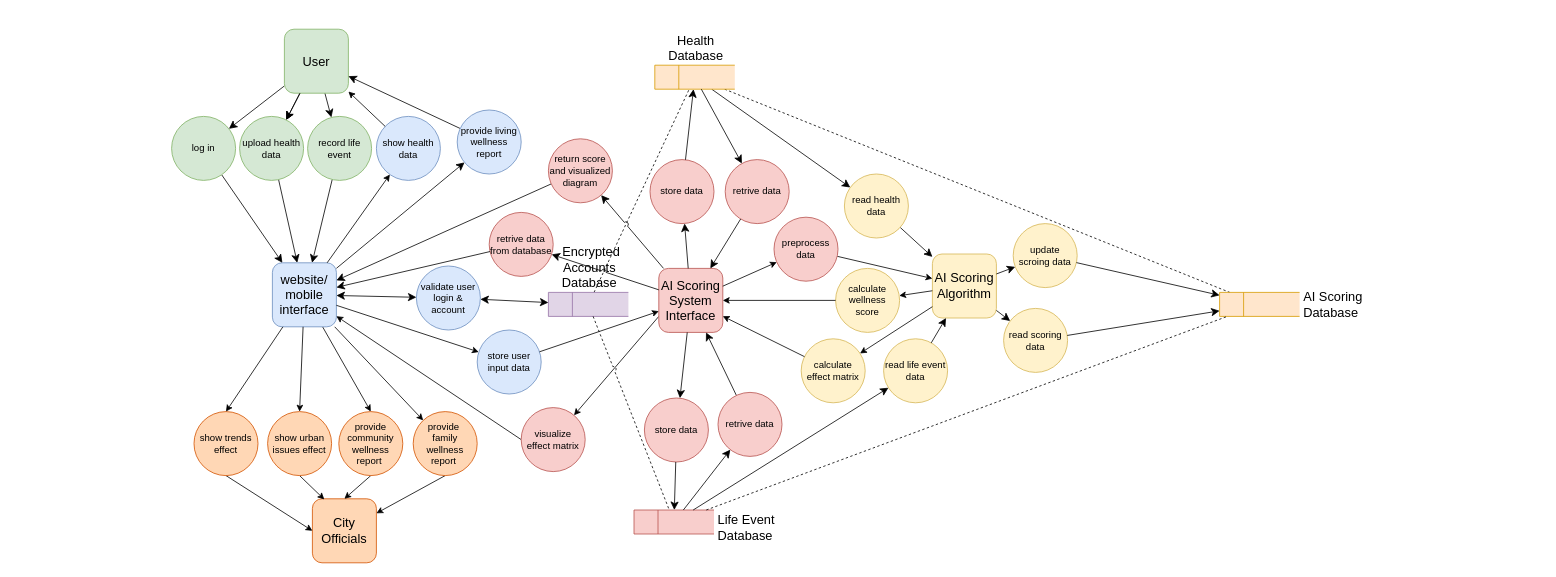
Earlier version of the draw.io diagram page "detailed DFD" (1 of 2) of 1/INFO 5100/Asmts/Group Assignment 1/Deliverables/Data Flow Diagram.drawio (yfeng445/NEU). Source tidied: cells renumbered, new cells numbered last; positions are measured from the earlier drawing's top-left corner, leaving out a move shared by most shapes. Both pictures are drawn from the tidied source at 80%, with x=0, y=0 at pixel (171, 29).
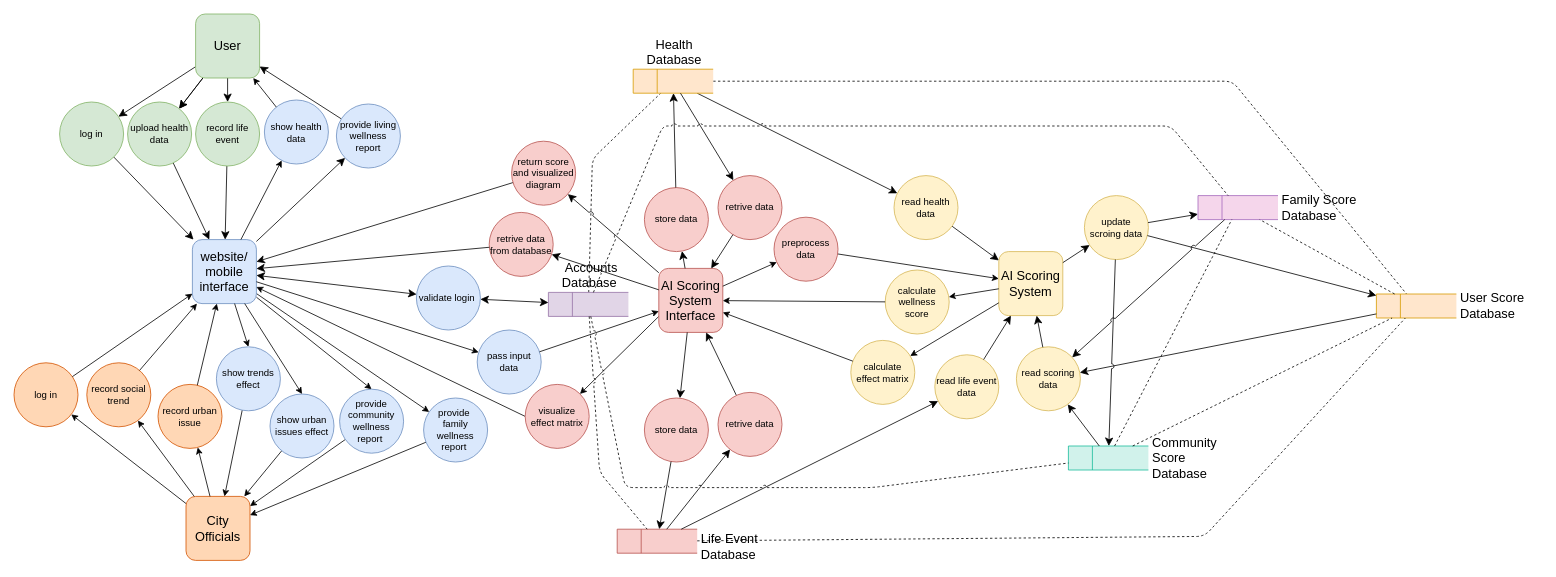
The same page after the edit.

The edit, as a diff of the source:
```diff
@@
     <mxCell id="2" style="edgeStyle=none;rounded=1;jettySize=auto;html=1;fontSize=12;startSize=8;endSize=8;endArrow=none;endFill=0;dashed=1;jumpStyle=arc;" parent="1" edge="1" source="29" target="25">
-      <mxGeometry relative="1" as="geometry" />
+      <mxGeometry relative="1" as="geometry">
+        <Array as="points">
+          <mxPoint x="526" y="162" />
+        </Array>
+      </mxGeometry>
     </mxCell>
     <mxCell id="3" style="rounded=1;jettySize=auto;html=1;fontSize=12;startSize=8;endSize=8;endArrow=none;endFill=0;dashed=1;jumpStyle=arc;" parent="1" edge="1" source="25" target="28">
-      <mxGeometry relative="1" as="geometry" />
+      <mxGeometry relative="1" as="geometry">
+        <Array as="points">
+          <mxPoint x="1326" y="65" />
+        </Array>
+      </mxGeometry>
     </mxCell>
@@
     <mxCell id="7" value="User" style="whiteSpace=wrap;html=1;fontSize=16;rounded=1;fillColor=#d5e8d4;strokeColor=#82b366;" parent="1" vertex="1">
-      <mxGeometry x="141" width="80" height="80" as="geometry" />
+      <mxGeometry x="30" y="-19" width="80" height="80" as="geometry" />
     </mxCell>
@@
     <mxCell id="13" value="return score and visualized diagram" style="ellipse;whiteSpace=wrap;html=1;fontSize=12;fillColor=#f8cecc;strokeColor=#b85450;" parent="1" vertex="1">
-      <mxGeometry x="471" y="137" width="80" height="80" as="geometry" />
+      <mxGeometry x="425" y="140" width="80" height="80" as="geometry" />
     </mxCell>
@@
     <mxCell id="15" value="provide living wellness report" style="ellipse;whiteSpace=wrap;html=1;fontSize=12;fillColor=#dae8fc;strokeColor=#6c8ebf;" parent="1" vertex="1">
-      <mxGeometry x="357" y="101" width="80" height="80" as="geometry" />
+      <mxGeometry x="206" y="93.5" width="80" height="80" as="geometry" />
     </mxCell>
@@
     <mxCell id="17" value="record life event" style="ellipse;whiteSpace=wrap;html=1;fontSize=12;fillColor=#d5e8d4;strokeColor=#82b366;" parent="1" vertex="1">
-      <mxGeometry x="170" y="109" width="80" height="80" as="geometry" />
+      <mxGeometry x="30" y="91" width="80" height="80" as="geometry" />
     </mxCell>
@@
     <mxCell id="22" value="website/&lt;div&gt;mobile interface&lt;/div&gt;" style="whiteSpace=wrap;html=1;fontSize=16;rounded=1;fillColor=#dae8fc;strokeColor=#6c8ebf;" parent="1" vertex="1">
-      <mxGeometry x="126" y="292" width="80" height="80" as="geometry" />
+      <mxGeometry x="26" y="263" width="80" height="80" as="geometry" />
     </mxCell>
-    <mxCell id="23" value="AI Scoring Algorithm" style="whiteSpace=wrap;html=1;fontSize=16;rounded=1;fillColor=#fff2cc;strokeColor=#d6b656;" parent="1" vertex="1">
-      <mxGeometry x="951" y="281" width="80" height="80" as="geometry" />
+    <mxCell id="23" value="AI Scoring System" style="whiteSpace=wrap;html=1;fontSize=16;rounded=1;fillColor=#fff2cc;strokeColor=#d6b656;" parent="1" vertex="1">
+      <mxGeometry x="1034" y="278" width="80" height="80" as="geometry" />
     </mxCell>
@@
     <mxCell id="25" value="Health Database" style="html=1;dashed=0;whiteSpace=wrap;shape=mxgraph.dfd.dataStoreID;align=center;spacingLeft=3;points=[[0,0],[0.5,0],[1,0],[0,0.5],[1,0.5],[0,1],[0.5,1],[1,1]];fontSize=16;labelPosition=center;verticalLabelPosition=top;verticalAlign=bottom;fillColor=#ffe6cc;strokeColor=#d79b00;" parent="1" vertex="1">
-      <mxGeometry x="604" y="45" width="100" height="30" as="geometry" />
+      <mxGeometry x="577" y="50" width="100" height="30" as="geometry" />
     </mxCell>
@@
     <mxCell id="27" value="log in" style="ellipse;whiteSpace=wrap;html=1;fontSize=12;fillColor=#d5e8d4;strokeColor=#82b366;" parent="1" vertex="1">
-      <mxGeometry y="109" width="80" height="80" as="geometry" />
+      <mxGeometry x="-140" y="91" width="80" height="80" as="geometry" />
     </mxCell>
-    <mxCell id="28" value="AI Scoring&lt;div&gt;Database&lt;/div&gt;" style="html=1;dashed=0;whiteSpace=wrap;shape=mxgraph.dfd.dataStoreID;align=left;spacingLeft=3;points=[[0,0],[0.5,0],[1,0],[0,0.5],[1,0.5],[0,1],[0.5,1],[1,1]];fontSize=16;labelPosition=right;verticalLabelPosition=middle;verticalAlign=middle;fillColor=#ffe6cc;strokeColor=#d79b00;" parent="1" vertex="1">
-      <mxGeometry x="1310" y="329" width="100" height="30" as="geometry" />
+    <mxCell id="28" value="User Score Database" style="html=1;dashed=0;whiteSpace=wrap;shape=mxgraph.dfd.dataStoreID;align=left;spacingLeft=3;points=[[0,0],[0.5,0],[1,0],[0,0.5],[1,0.5],[0,1],[0.5,1],[1,1]];fontSize=16;labelPosition=right;verticalLabelPosition=middle;verticalAlign=middle;fillColor=#ffe6cc;strokeColor=#d79b00;" parent="1" vertex="1">
+      <mxGeometry x="1506" y="331" width="100" height="30" as="geometry" />
     </mxCell>
-    <mxCell id="29" value="&amp;nbsp;Encrypted&lt;div&gt;Accounts Database&lt;/div&gt;" style="html=1;dashed=0;whiteSpace=wrap;shape=mxgraph.dfd.dataStoreID;align=center;spacingLeft=3;points=[[0,0],[0.5,0],[1,0],[0,0.5],[1,0.5],[0,1],[0.5,1],[1,1]];fontSize=16;labelPosition=center;verticalLabelPosition=top;verticalAlign=bottom;fillColor=#e1d5e7;strokeColor=#9673a6;" parent="1" vertex="1">
+    <mxCell id="29" value="&amp;nbsp;&lt;span style=&quot;background-color: initial;&quot;&gt;Accounts Database&lt;/span&gt;" style="html=1;dashed=0;whiteSpace=wrap;shape=mxgraph.dfd.dataStoreID;align=center;spacingLeft=3;points=[[0,0],[0.5,0],[1,0],[0,0.5],[1,0.5],[0,1],[0.5,1],[1,1]];fontSize=16;labelPosition=center;verticalLabelPosition=top;verticalAlign=bottom;fillColor=#e1d5e7;strokeColor=#9673a6;" parent="1" vertex="1">
       <mxGeometry x="471" y="329" width="100" height="30" as="geometry" />
     </mxCell>
@@
-    <mxCell id="31" value="validate user login &amp;amp; account" style="ellipse;whiteSpace=wrap;html=1;fontSize=12;fillColor=#dae8fc;strokeColor=#6c8ebf;" parent="1" vertex="1">
+    <mxCell id="31" value="validate login&amp;nbsp;" style="ellipse;whiteSpace=wrap;html=1;fontSize=12;fillColor=#dae8fc;strokeColor=#6c8ebf;" parent="1" vertex="1">
       <mxGeometry x="306" y="296" width="80" height="80" as="geometry" />
     </mxCell>
@@
     <mxCell id="33" value="read health data" style="ellipse;whiteSpace=wrap;html=1;fontSize=12;fillColor=#fff2cc;strokeColor=#d6b656;" parent="1" vertex="1">
-      <mxGeometry x="841" y="181" width="80" height="80" as="geometry" />
+      <mxGeometry x="903" y="183" width="80" height="80" as="geometry" />
     </mxCell>
     <mxCell id="34" value="City Officials" style="whiteSpace=wrap;html=1;fontSize=16;rounded=1;fillColor=#ffd7b5;strokeColor=#d35400;" parent="1" vertex="1">
-      <mxGeometry x="176" y="587" width="80" height="80" as="geometry" />
+      <mxGeometry x="18" y="584" width="80" height="80" as="geometry" />
     </mxCell>
-    <mxCell id="35" style="rounded=0;jettySize=auto;html=1;exitX=0.5;exitY=1;exitDx=0;exitDy=0;entryX=0.5;entryY=0;entryDx=0;entryDy=0;" parent="1" edge="1" source="36" target="34">
+    <mxCell id="35" style="rounded=0;jettySize=auto;html=1;" parent="1" edge="1" source="36" target="34">
       <mxGeometry relative="1" as="geometry" />
     </mxCell>
-    <mxCell id="36" value="provide community wellness report&amp;nbsp;" style="ellipse;whiteSpace=wrap;html=1;fontSize=12;fillColor=#ffd7b5;strokeColor=#d35400;" parent="1" vertex="1">
-      <mxGeometry x="209" y="478" width="80" height="80" as="geometry" />
+    <mxCell id="36" value="provide community wellness report&amp;nbsp;" style="ellipse;whiteSpace=wrap;html=1;fontSize=12;fillColor=#dae8fc;strokeColor=#6c8ebf;" parent="1" vertex="1">
+      <mxGeometry x="210" y="450" width="80" height="80" as="geometry" />
     </mxCell>
-    <mxCell id="37" style="rounded=0;jettySize=auto;html=1;exitX=0.5;exitY=1;exitDx=0;exitDy=0;entryX=0.186;entryY=0.01;entryDx=0;entryDy=0;entryPerimeter=0;" parent="1" edge="1" source="38" target="34">
+    <mxCell id="37" style="rounded=0;jettySize=auto;html=1;" parent="1" edge="1" source="38" target="34">
       <mxGeometry relative="1" as="geometry" />
     </mxCell>
-    <mxCell id="38" value="show urban issues effect" style="ellipse;whiteSpace=wrap;html=1;fontSize=12;fillColor=#ffd7b5;strokeColor=#d35400;" parent="1" vertex="1">
-      <mxGeometry x="120" y="478" width="80" height="80" as="geometry" />
+    <mxCell id="38" value="show urban issues effect" style="ellipse;whiteSpace=wrap;html=1;fontSize=12;fillColor=#dae8fc;strokeColor=#6c8ebf;" parent="1" vertex="1">
+      <mxGeometry x="123" y="456" width="80" height="80" as="geometry" />
     </mxCell>
-    <mxCell id="39" style="rounded=0;jettySize=auto;html=1;exitX=0.5;exitY=1;exitDx=0;exitDy=0;entryX=0;entryY=0.5;entryDx=0;entryDy=0;" parent="1" edge="1" source="40" target="34">
+    <mxCell id="39" style="rounded=0;jettySize=auto;html=1;" parent="1" edge="1" source="40" target="34">
       <mxGeometry relative="1" as="geometry" />
     </mxCell>
-    <mxCell id="40" value="show trends effect" style="ellipse;whiteSpace=wrap;html=1;fontSize=12;fillColor=#ffd7b5;strokeColor=#d35400;" parent="1" vertex="1">
-      <mxGeometry x="28" y="478" width="80" height="80" as="geometry" />
+    <mxCell id="40" value="show trends effect" style="ellipse;whiteSpace=wrap;html=1;fontSize=12;fillColor=#dae8fc;strokeColor=#6c8ebf;" parent="1" vertex="1">
+      <mxGeometry x="56" y="397" width="80" height="80" as="geometry" />
     </mxCell>
@@
     <mxCell id="43" value="show health data" style="ellipse;whiteSpace=wrap;html=1;fontSize=12;fillColor=#dae8fc;strokeColor=#6c8ebf;" parent="1" vertex="1">
-      <mxGeometry x="256" y="109" width="80" height="80" as="geometry" />
+      <mxGeometry x="116" y="88.5" width="80" height="80" as="geometry" />
     </mxCell>
@@
-    <mxCell id="46" style="rounded=0;jettySize=auto;html=1;exitX=0.5;exitY=1;exitDx=0;exitDy=0;" parent="1" edge="1" source="47" target="34">
+    <mxCell id="46" style="rounded=0;jettySize=auto;html=1;" parent="1" edge="1" source="47" target="34">
       <mxGeometry relative="1" as="geometry" />
     </mxCell>
-    <mxCell id="47" value="provide&amp;nbsp;&lt;div&gt;family wellness report&amp;nbsp;&lt;/div&gt;" style="ellipse;whiteSpace=wrap;html=1;fontSize=12;fillColor=#ffd7b5;strokeColor=#d35400;" parent="1" vertex="1">
-      <mxGeometry x="302" y="478" width="80" height="80" as="geometry" />
+    <mxCell id="47" value="provide&amp;nbsp;&lt;div&gt;family wellness report&amp;nbsp;&lt;/div&gt;" style="ellipse;whiteSpace=wrap;html=1;fontSize=12;fillColor=#dae8fc;strokeColor=#6c8ebf;" parent="1" vertex="1">
+      <mxGeometry x="315" y="461" width="80" height="80" as="geometry" />
     </mxCell>
@@
     <mxCell id="49" value="visualize effect matrix" style="ellipse;whiteSpace=wrap;html=1;fontSize=12;fillColor=#f8cecc;strokeColor=#b85450;" parent="1" vertex="1">
-      <mxGeometry x="437" y="473" width="80" height="80" as="geometry" />
+      <mxGeometry x="442" y="444" width="80" height="80" as="geometry" />
     </mxCell>
     <mxCell id="50" value="Life Event Database" style="html=1;dashed=0;whiteSpace=wrap;shape=mxgraph.dfd.dataStoreID;align=left;spacingLeft=3;points=[[0,0],[0.5,0],[1,0],[0,0.5],[1,0.5],[0,1],[0.5,1],[1,1]];fontSize=16;labelPosition=right;verticalLabelPosition=middle;verticalAlign=middlefillColor=#f8cecc;fillColor=#f8cecc;strokeColor=#b85450;" parent="1" vertex="1">
-      <mxGeometry x="578" y="601" width="100" height="30" as="geometry" />
+      <mxGeometry x="557" y="625" width="100" height="30" as="geometry" />
     </mxCell>
     <mxCell id="51" value="read life event data" style="ellipse;whiteSpace=wrap;html=1;fontSize=12;fillColor=#fff2cc;strokeColor=#d6b656;" parent="1" vertex="1">
-      <mxGeometry x="890" y="387" width="80" height="80" as="geometry" />
+      <mxGeometry x="954" y="407" width="80" height="80" as="geometry" />
     </mxCell>
     <mxCell id="52" style="rounded=1;jettySize=auto;html=1;fontSize=12;startSize=8;endSize=8;endArrow=none;endFill=0;dashed=1;jumpStyle=arc;" parent="1" edge="1" source="50" target="28">
-      <mxGeometry relative="1" as="geometry" />
+      <mxGeometry relative="1" as="geometry">
+        <Array as="points">
+          <mxPoint x="1291" y="634" />
+        </Array>
+      </mxGeometry>
     </mxCell>
     <mxCell id="53" style="edgeStyle=none;rounded=1;jettySize=auto;html=1;fontSize=12;startSize=8;endSize=8;endArrow=none;endFill=0;dashed=1;jumpStyle=arc;" parent="1" edge="1" source="29" target="50">
-      <mxGeometry relative="1" as="geometry" />
+      <mxGeometry relative="1" as="geometry">
+        <Array as="points">
+          <mxPoint x="535" y="554" />
+        </Array>
+      </mxGeometry>
     </mxCell>
@@
     <mxCell id="59" value="calculate&lt;div&gt;wellness score&lt;/div&gt;" style="ellipse;whiteSpace=wrap;html=1;fontSize=12;fillColor=#fff2cc;strokeColor=#d6b656;" parent="1" vertex="1">
-      <mxGeometry x="830" y="299" width="80" height="80" as="geometry" />
+      <mxGeometry x="892" y="301" width="80" height="80" as="geometry" />
     </mxCell>
     <mxCell id="60" value="calculate effect matrix" style="ellipse;whiteSpace=wrap;html=1;fontSize=12;fillColor=#fff2cc;strokeColor=#d6b656;" parent="1" vertex="1">
-      <mxGeometry x="787" y="387" width="80" height="80" as="geometry" />
+      <mxGeometry x="849" y="389" width="80" height="80" as="geometry" />
     </mxCell>
@@
-    <mxCell id="67" value="store user input data" style="ellipse;whiteSpace=wrap;html=1;fontSize=12;fillColor=#dae8fc;strokeColor=#6c8ebf;" parent="1" vertex="1">
+    <mxCell id="67" value="pass input data" style="ellipse;whiteSpace=wrap;html=1;fontSize=12;fillColor=#dae8fc;strokeColor=#6c8ebf;" parent="1" vertex="1">
       <mxGeometry x="382" y="376" width="80" height="80" as="geometry" />
     </mxCell>
@@
     <mxCell id="70" value="read scoring data" style="ellipse;whiteSpace=wrap;html=1;fontSize=12;fillColor=#fff2cc;strokeColor=#d6b656;" parent="1" vertex="1">
-      <mxGeometry x="1040" y="349" width="80" height="80" as="geometry" />
+      <mxGeometry x="1056" y="397" width="80" height="80" as="geometry" />
     </mxCell>
@@
     <mxCell id="73" value="store data" style="ellipse;whiteSpace=wrap;html=1;fontSize=12;fillColor=#f8cecc;strokeColor=#b85450;" parent="1" vertex="1">
-      <mxGeometry x="598" y="163" width="80" height="80" as="geometry" />
+      <mxGeometry x="591" y="198" width="80" height="80" as="geometry" />
     </mxCell>
@@
     <mxCell id="76" value="retrive data" style="ellipse;whiteSpace=wrap;html=1;fontSize=12;fillColor=#f8cecc;strokeColor=#b85450;" parent="1" vertex="1">
-      <mxGeometry x="692" y="163" width="80" height="80" as="geometry" />
+      <mxGeometry x="683" y="183" width="80" height="80" as="geometry" />
     </mxCell>
@@
     <mxCell id="84" value="update scroing data" style="ellipse;whiteSpace=wrap;html=1;fontSize=12;fillColor=#fff2cc;strokeColor=#d6b656;" parent="1" vertex="1">
-      <mxGeometry x="1052" y="243" width="80" height="80" as="geometry" />
+      <mxGeometry x="1141" y="208" width="80" height="80" as="geometry" />
     </mxCell>
-    <mxCell id="85" style="edgeStyle=none;rounded=0;jettySize=auto;html=1;fontSize=12;startSize=8;endSize=8;jumpStyle=arc;" parent="1" edge="1" source="23" target="70">
+    <mxCell id="85" style="edgeStyle=none;rounded=0;jettySize=auto;html=1;fontSize=12;startSize=8;endSize=8;jumpStyle=arc;" parent="1" edge="1" source="70" target="23">
       <mxGeometry relative="1" as="geometry" />
     </mxCell>
+    <mxCell id="87" style="edgeStyle=none;rounded=0;jettySize=auto;html=1;fontSize=12;startSize=8;endSize=8;jumpStyle=arc;" parent="1" edge="1" source="84" target="28">
+      <mxGeometry relative="1" as="geometry" />
+    </mxCell>
-    <mxCell id="86" style="edgeStyle=none;rounded=0;jettySize=auto;html=1;fontSize=12;startSize=8;endSize=8;jumpStyle=arc;" parent="1" edge="1" source="70" target="28">
+    <mxCell id="86" style="edgeStyle=none;rounded=0;jettySize=auto;html=1;fontSize=12;startSize=8;endSize=8;jumpStyle=arc;" parent="1" edge="1" source="28" target="70">
       <mxGeometry relative="1" as="geometry" />
     </mxCell>
-    <mxCell id="87" style="edgeStyle=none;rounded=0;jettySize=auto;html=1;fontSize=12;startSize=8;endSize=8;jumpStyle=arc;" parent="1" edge="1" source="84" target="28">
-      <mxGeometry relative="1" as="geometry" />
-    </mxCell>
@@
     <mxCell id="90" value="upload health data" style="ellipse;whiteSpace=wrap;html=1;fontSize=12;fillColor=#d5e8d4;strokeColor=#82b366;" parent="1" vertex="1">
-      <mxGeometry x="85" y="109" width="80" height="80" as="geometry" />
+      <mxGeometry x="-55" y="91" width="80" height="80" as="geometry" />
     </mxCell>
+    <mxCell id="91" value="Family Score Database" style="html=1;dashed=0;whiteSpace=wrap;shape=mxgraph.dfd.dataStoreID;align=left;spacingLeft=3;points=[[0,0],[0.5,0],[1,0],[0,0.5],[1,0.5],[0,1],[0.5,1],[1,1]];fontSize=16;labelPosition=right;verticalLabelPosition=middle;verticalAlign=middle;fillColor=#f5d6eb;strokeColor=#a569bd;" parent="1" vertex="1">
+      <mxGeometry x="1283" y="208" width="100" height="30" as="geometry" />
+    </mxCell>
+    <mxCell id="92" value="Community Score Database" style="html=1;dashed=0;whiteSpace=wrap;shape=mxgraph.dfd.dataStoreID;align=left;spacingLeft=3;points=[[0,0],[0.5,0],[1,0],[0,0.5],[1,0.5],[0,1],[0.5,1],[1,1]];fontSize=16;labelPosition=right;verticalLabelPosition=middle;verticalAlign=middle;fillColor=#d1f2eb;strokeColor=#1abc9c;" parent="1" vertex="1">
+      <mxGeometry x="1121" y="521" width="100" height="30" as="geometry" />
+    </mxCell>
+    <mxCell id="93" style="edgeStyle=none;rounded=1;jettySize=auto;html=1;fontSize=12;startSize=8;endSize=8;endArrow=none;endFill=0;dashed=1;jumpStyle=arc;" parent="1" edge="1" source="29" target="91">
+      <mxGeometry relative="1" as="geometry">
+        <Array as="points">
+          <mxPoint x="614" y="121" />
+          <mxPoint x="1249" y="121" />
+        </Array>
+      </mxGeometry>
+    </mxCell>
+    <mxCell id="94" style="edgeStyle=none;rounded=1;jettySize=auto;html=1;fontSize=12;startSize=8;endSize=8;endArrow=none;endFill=0;dashed=1;jumpStyle=arc;" parent="1" edge="1" source="29" target="92">
+      <mxGeometry relative="1" as="geometry">
+        <Array as="points">
+          <mxPoint x="567" y="573" />
+          <mxPoint x="876" y="573" />
+        </Array>
+      </mxGeometry>
+    </mxCell>
+    <mxCell id="95" style="endArrow=none;dashed=1;html=1;rounded=0;" parent="1" edge="1" source="92" target="91">
+      <mxGeometry relative="1" as="geometry" />
+    </mxCell>
+    <mxCell id="96" style="endArrow=none;dashed=1;html=1;rounded=0;" parent="1" edge="1" source="28" target="91">
+      <mxGeometry relative="1" as="geometry" />
+    </mxCell>
+    <mxCell id="97" style="endArrow=none;dashed=1;html=1;rounded=0;" parent="1" edge="1" source="92" target="28">
+      <mxGeometry relative="1" as="geometry" />
+    </mxCell>
+    <mxCell id="98" style="edgeStyle=none;rounded=0;jettySize=auto;html=1;fontSize=12;startSize=8;endSize=8;jumpStyle=arc;" parent="1" edge="1" source="84" target="91">
+      <mxGeometry relative="1" as="geometry" />
+    </mxCell>
+    <mxCell id="99" style="edgeStyle=none;rounded=0;jettySize=auto;html=1;fontSize=12;startSize=8;endSize=8;jumpStyle=arc;" parent="1" edge="1" source="84" target="92">
+      <mxGeometry relative="1" as="geometry" />
+    </mxCell>
+    <mxCell id="100" style="edgeStyle=none;rounded=0;jettySize=auto;html=1;fontSize=12;startSize=8;endSize=8;jumpStyle=arc;" parent="1" edge="1" source="91" target="70">
+      <mxGeometry relative="1" as="geometry" />
+    </mxCell>
+    <mxCell id="101" style="edgeStyle=none;rounded=0;jettySize=auto;html=1;fontSize=12;startSize=8;endSize=8;jumpStyle=arc;" parent="1" edge="1" source="92" target="70">
+      <mxGeometry relative="1" as="geometry" />
+    </mxCell>
+    <mxCell id="102" value="record urban issue" style="ellipse;whiteSpace=wrap;html=1;fontSize=12;fillColor=#ffd7b5;strokeColor=#d35400;" parent="1" vertex="1">
+      <mxGeometry x="-17" y="444" width="80" height="80" as="geometry" />
+    </mxCell>
+    <mxCell id="103" value="record social trend" style="ellipse;whiteSpace=wrap;html=1;fontSize=12;fillColor=#ffd7b5;strokeColor=#d35400;" parent="1" vertex="1">
+      <mxGeometry x="-106" y="417" width="80" height="80" as="geometry" />
+    </mxCell>
+    <mxCell id="104" style="rounded=0;jettySize=auto;html=1;" parent="1" edge="1" source="34" target="102">
+      <mxGeometry relative="1" as="geometry" />
+    </mxCell>
+    <mxCell id="105" style="rounded=0;jettySize=auto;html=1;" parent="1" edge="1" source="34" target="103">
+      <mxGeometry relative="1" as="geometry" />
+    </mxCell>
+    <mxCell id="106" style="rounded=0;jettySize=auto;html=1;" parent="1" edge="1" source="103" target="22">
+      <mxGeometry relative="1" as="geometry" />
+    </mxCell>
+    <mxCell id="107" style="rounded=0;jettySize=auto;html=1;" parent="1" edge="1" source="102" target="22">
+      <mxGeometry relative="1" as="geometry" />
+    </mxCell>
+    <mxCell id="108" value="log in" style="ellipse;whiteSpace=wrap;html=1;fontSize=12;fillColor=#ffd7b5;strokeColor=#d35400;" parent="1" vertex="1">
+      <mxGeometry x="-197" y="417" width="80" height="80" as="geometry" />
+    </mxCell>
+    <mxCell id="109" style="rounded=0;jettySize=auto;html=1;" parent="1" edge="1" source="34" target="108">
+      <mxGeometry relative="1" as="geometry" />
+    </mxCell>
+    <mxCell id="110" style="rounded=0;jettySize=auto;html=1;" parent="1" edge="1" source="108" target="22">
+      <mxGeometry relative="1" as="geometry" />
+    </mxCell>
```
